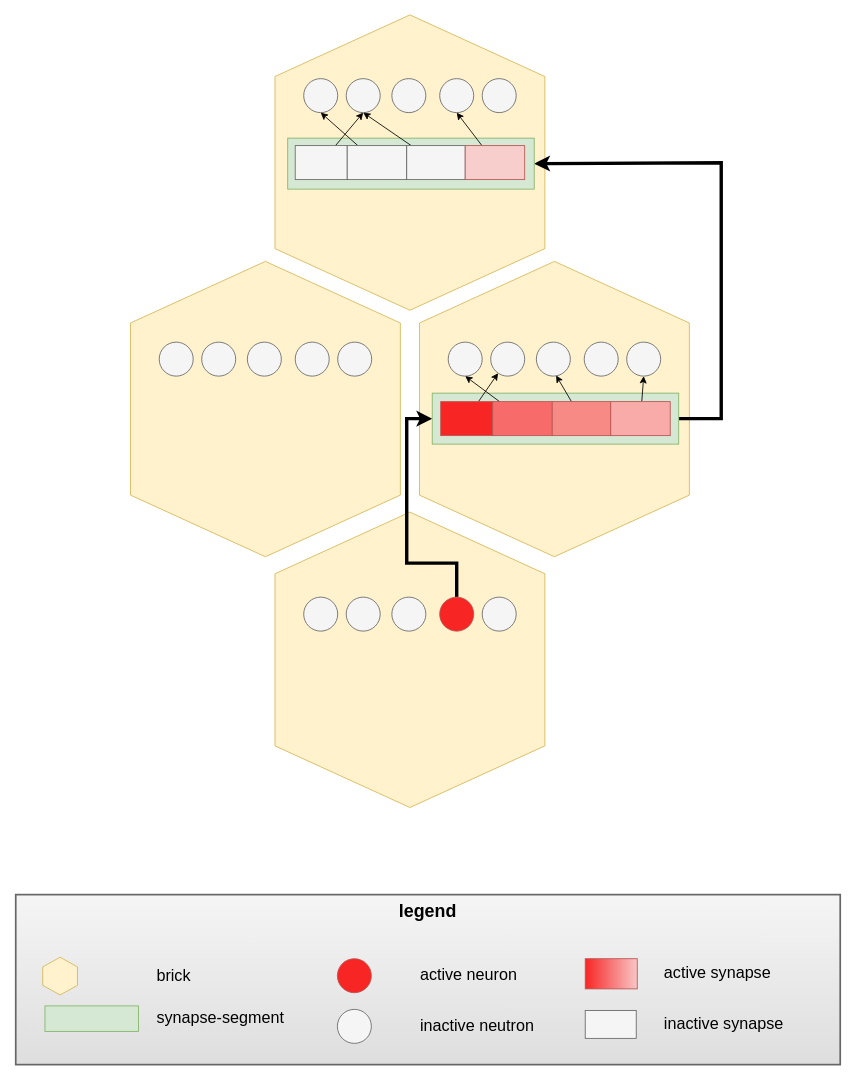
kitsudaiki/OpenHanami keeps this draw.io diagram as docs/inner_workings/core/Kyouko_node_processing.drawio. Above is the earlier version. Source tidied: cells renumbered, new cells numbered last; positions are measured from the earlier drawing's top-left corner, leaving out a move shared by most shapes. Both pictures are drawn from the tidied source at 85%, with x=0, y=0 at pixel (15, 27).
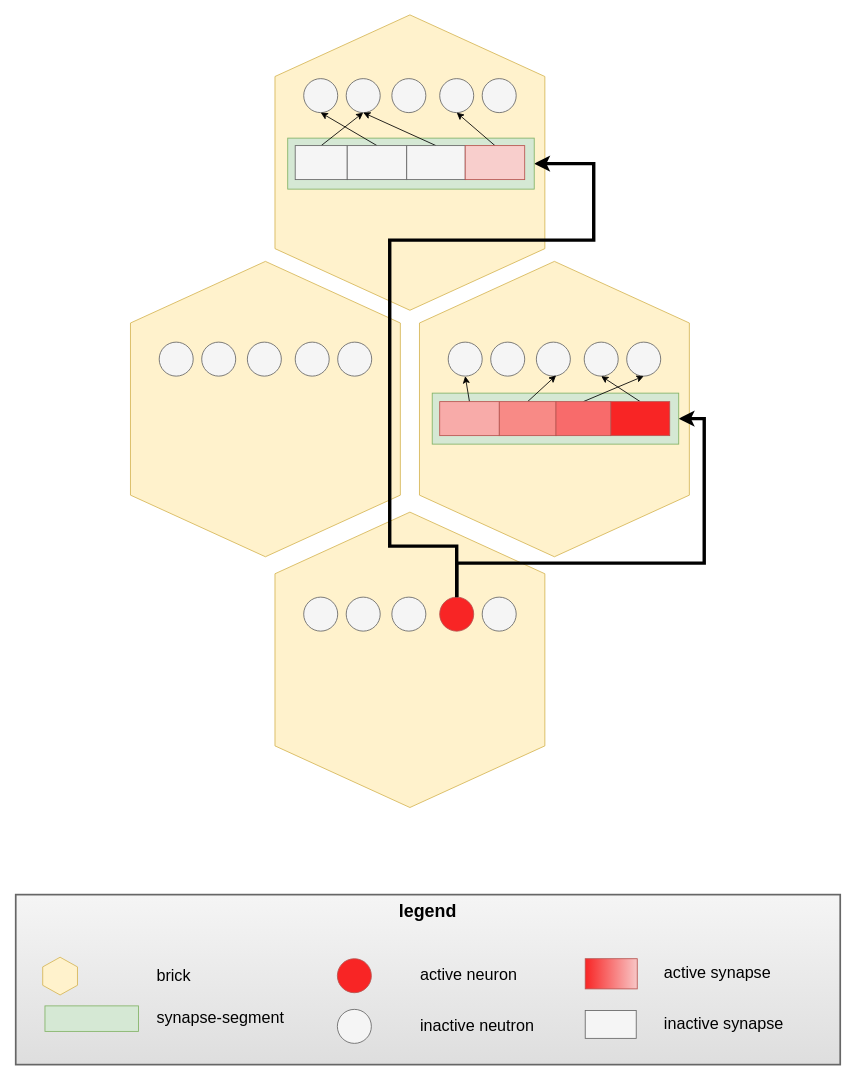
After the change.

The change refers to these unchanged cells:
```xml
<mxCell id="9" style="ellipse;whiteSpace=wrap;html=1;strokeColor=#b85450;fillColor=#F82525;" parent="1" vertex="1">
  <mxGeometry x="498.8" y="670" width="40" height="40" as="geometry" />
</mxCell>
<mxCell id="17" style="ellipse;whiteSpace=wrap;html=1;fillColor=#f5f5f5;strokeColor=#666666;fontColor=#333333;" parent="1" vertex="1">
  <mxGeometry x="612.5" y="370" width="40" height="40" as="geometry" />
</mxCell>
<mxCell id="18" style="ellipse;whiteSpace=wrap;html=1;fillColor=#f5f5f5;strokeColor=#666666;fontColor=#333333;" parent="1" vertex="1">
  <mxGeometry x="558.8" y="370" width="40" height="40" as="geometry" />
</mxCell>
<mxCell id="19" style="ellipse;whiteSpace=wrap;html=1;fillColor=#f5f5f5;strokeColor=#666666;fontColor=#333333;" parent="1" vertex="1">
  <mxGeometry x="668.8" y="370" width="40" height="40" as="geometry" />
</mxCell>
<mxCell id="20" style="ellipse;whiteSpace=wrap;html=1;fillColor=#f5f5f5;strokeColor=#666666;fontColor=#333333;" parent="1" vertex="1">
  <mxGeometry x="718.8" y="370" width="40" height="40" as="geometry" />
</mxCell>
<mxCell id="21" style="ellipse;whiteSpace=wrap;html=1;fillColor=#f5f5f5;strokeColor=#666666;fontColor=#333333;" parent="1" vertex="1">
  <mxGeometry x="508.8" y="370" width="40" height="40" as="geometry" />
</mxCell>
<mxCell id="23" style="ellipse;whiteSpace=wrap;html=1;fillColor=#f5f5f5;strokeColor=#666666;fontColor=#333333;" parent="1" vertex="1">
  <mxGeometry x="388.8" y="60" width="40" height="40" as="geometry" />
</mxCell>
<mxCell id="24" style="ellipse;whiteSpace=wrap;html=1;fillColor=#f5f5f5;strokeColor=#666666;fontColor=#333333;" parent="1" vertex="1">
  <mxGeometry x="498.8" y="60" width="40" height="40" as="geometry" />
</mxCell>
<mxCell id="26" style="ellipse;whiteSpace=wrap;html=1;fillColor=#f5f5f5;strokeColor=#666666;fontColor=#333333;" parent="1" vertex="1">
  <mxGeometry x="338.8" y="60" width="40" height="40" as="geometry" />
</mxCell>
<mxCell id="28" style="rounded=0;whiteSpace=wrap;html=1;fillColor=#d5e8d4;strokeColor=#82b366;" parent="1" vertex="1">
  <mxGeometry x="490" y="430" width="290" height="60" as="geometry" />
</mxCell>
<mxCell id="37" style="rounded=0;whiteSpace=wrap;html=1;fillColor=#d5e8d4;strokeColor=#82b366;" parent="1" vertex="1">
  <mxGeometry x="320" y="130" width="290" height="60" as="geometry" />
</mxCell>
<mxCell id="39" style="rounded=0;whiteSpace=wrap;html=1;fillColor=#f5f5f5;strokeColor=#666666;fontColor=#333333;" parent="1" vertex="1">
  <mxGeometry x="328.8" y="138.8" width="61.2" height="40" as="geometry" />
</mxCell>
<mxCell id="41" style="rounded=0;whiteSpace=wrap;html=1;fillColor=#f5f5f5;strokeColor=#666666;fontColor=#333333;" parent="1" vertex="1">
  <mxGeometry x="390" y="138.8" width="70" height="40" as="geometry" />
</mxCell>
<mxCell id="43" style="rounded=0;whiteSpace=wrap;html=1;strokeColor=#666666;fillColor=#f5f5f5;fontColor=#333333;" parent="1" vertex="1">
  <mxGeometry x="460" y="138.8" width="68.8" height="40" as="geometry" />
</mxCell>
<mxCell id="45" style="rounded=0;whiteSpace=wrap;html=1;fillColor=#f8cecc;strokeColor=#b85450;" parent="1" vertex="1">
  <mxGeometry x="528.8" y="138.8" width="70" height="40" as="geometry" />
</mxCell>
```

What changed in the source:
```diff
@@
-    <mxCell id="8" style="edgeStyle=orthogonalEdgeStyle;rounded=0;jettySize=auto;html=1;entryX=0;entryY=0.5;entryDx=0;entryDy=0;strokeWidth=4;" parent="1" edge="1" source="9" target="28">
+    <mxCell id="8" style="edgeStyle=orthogonalEdgeStyle;rounded=0;jettySize=auto;html=1;strokeWidth=4;entryX=1;entryY=0.5;entryDx=0;entryDy=0;" parent="1" edge="1" source="9" target="28">
       <mxGeometry relative="1" as="geometry">
         <Array as="points">
           <mxPoint x="519" y="630" />
-          <mxPoint x="460" y="630" />
-          <mxPoint x="460" y="460" />
+          <mxPoint x="810" y="630" />
+          <mxPoint x="810" y="460" />
         </Array>
       </mxGeometry>
     </mxCell>
@@
-    <mxCell id="27" style="edgeStyle=orthogonalEdgeStyle;rounded=0;jettySize=auto;html=1;entryX=1;entryY=0.5;entryDx=0;entryDy=0;strokeWidth=4;" parent="1" edge="1" source="28" target="37">
+    <mxCell id="27" style="edgeStyle=orthogonalEdgeStyle;rounded=0;jettySize=auto;html=1;entryX=1;entryY=0.5;entryDx=0;entryDy=0;strokeWidth=4;exitX=0.5;exitY=0;exitDx=0;exitDy=0;" parent="1" edge="1" source="9" target="37">
       <mxGeometry relative="1" as="geometry">
         <Array as="points">
-          <mxPoint x="830" y="460" />
-          <mxPoint x="830" y="159" />
-          <mxPoint x="610" y="159" />
+          <mxPoint x="519" y="610" />
+          <mxPoint x="440" y="610" />
+          <mxPoint x="440" y="250" />
+          <mxPoint x="680" y="250" />
+          <mxPoint x="680" y="160" />
         </Array>
       </mxGeometry>
     </mxCell>
@@
-    <mxCell id="29" style="rounded=0;jettySize=auto;html=1;strokeWidth=1;" parent="1" edge="1" source="30" target="18">
+    <mxCell id="29" style="rounded=0;jettySize=auto;html=1;strokeWidth=1;exitX=0.5;exitY=0;exitDx=0;exitDy=0;entryX=0.5;entryY=1;entryDx=0;entryDy=0;" parent="1" edge="1" source="30" target="19">
       <mxGeometry relative="1" as="geometry" />
     </mxCell>
     <mxCell id="30" style="rounded=0;whiteSpace=wrap;html=1;strokeColor=#b85450;fillColor=#F82525;" parent="1" vertex="1">
-      <mxGeometry x="500" y="440" width="61.2" height="40" as="geometry" />
+      <mxGeometry x="700" y="440" width="69.4" height="40" as="geometry" />
     </mxCell>
-    <mxCell id="31" style="edgeStyle=none;rounded=0;jettySize=auto;html=1;entryX=0.5;entryY=1;entryDx=0;entryDy=0;strokeWidth=1;" parent="1" edge="1" source="32" target="21">
+    <mxCell id="31" style="edgeStyle=none;rounded=0;jettySize=auto;html=1;entryX=0.5;entryY=1;entryDx=0;entryDy=0;strokeWidth=1;exitX=0.5;exitY=0;exitDx=0;exitDy=0;" parent="1" edge="1" source="36" target="21">
       <mxGeometry relative="1" as="geometry" />
     </mxCell>
-    <mxCell id="32" style="rounded=0;whiteSpace=wrap;html=1;strokeColor=#b85450;fillColor=#F86B6B;" parent="1" vertex="1">
-      <mxGeometry x="561.2" y="440" width="70" height="40" as="geometry" />
-    </mxCell>
-    <mxCell id="33" style="edgeStyle=none;rounded=0;jettySize=auto;html=1;entryX=0.581;entryY=0.98;entryDx=0;entryDy=0;entryPerimeter=0;strokeWidth=1;" parent="1" edge="1" source="34" target="17">
+    <mxCell id="33" style="edgeStyle=none;rounded=0;jettySize=auto;html=1;entryX=0.581;entryY=0.98;entryDx=0;entryDy=0;entryPerimeter=0;strokeWidth=1;exitX=0.5;exitY=0;exitDx=0;exitDy=0;" parent="1" edge="1" source="34" target="17">
       <mxGeometry relative="1" as="geometry" />
     </mxCell>
     <mxCell id="34" style="rounded=0;whiteSpace=wrap;html=1;strokeColor=#b85450;fillColor=#F88A86;" parent="1" vertex="1">
-      <mxGeometry x="631.2" y="440" width="68.8" height="40" as="geometry" />
+      <mxGeometry x="568.8" y="440" width="66.9" height="40" as="geometry" />
     </mxCell>
-    <mxCell id="35" style="edgeStyle=none;rounded=0;jettySize=auto;html=1;entryX=0.5;entryY=1;entryDx=0;entryDy=0;strokeWidth=1;" parent="1" edge="1" source="36" target="20">
+    <mxCell id="35" style="edgeStyle=none;rounded=0;jettySize=auto;html=1;entryX=0.5;entryY=1;entryDx=0;entryDy=0;strokeWidth=1;exitX=0.5;exitY=0;exitDx=0;exitDy=0;" parent="1" edge="1" source="32" target="20">
       <mxGeometry relative="1" as="geometry" />
     </mxCell>
     <mxCell id="36" style="rounded=0;whiteSpace=wrap;html=1;strokeColor=#b85450;fillColor=#F8ABA9;" parent="1" vertex="1">
-      <mxGeometry x="700" y="440" width="70" height="40" as="geometry" />
+      <mxGeometry x="498.8" y="440" width="70" height="40" as="geometry" />
     </mxCell>
@@
-    <mxCell id="38" style="edgeStyle=none;rounded=0;jettySize=auto;html=1;entryX=0.5;entryY=1;entryDx=0;entryDy=0;strokeWidth=1;" parent="1" edge="1" source="39" target="23">
+    <mxCell id="38" style="edgeStyle=none;rounded=0;jettySize=auto;html=1;entryX=0.5;entryY=1;entryDx=0;entryDy=0;strokeWidth=1;exitX=0.5;exitY=0;exitDx=0;exitDy=0;" parent="1" edge="1" source="39" target="23">
       <mxGeometry relative="1" as="geometry" />
     </mxCell>
@@
-    <mxCell id="40" style="edgeStyle=none;rounded=0;jettySize=auto;html=1;entryX=0.5;entryY=1;entryDx=0;entryDy=0;strokeWidth=1;" parent="1" edge="1" source="41" target="26">
+    <mxCell id="40" style="edgeStyle=none;rounded=0;jettySize=auto;html=1;entryX=0.5;entryY=1;entryDx=0;entryDy=0;strokeWidth=1;exitX=0.5;exitY=0;exitDx=0;exitDy=0;" parent="1" edge="1" source="41" target="26">
       <mxGeometry relative="1" as="geometry" />
     </mxCell>
@@
-    <mxCell id="42" style="edgeStyle=none;rounded=0;jettySize=auto;html=1;entryX=0.5;entryY=1;entryDx=0;entryDy=0;strokeWidth=1;" parent="1" edge="1" source="43" target="23">
+    <mxCell id="42" style="edgeStyle=none;rounded=0;jettySize=auto;html=1;entryX=0.5;entryY=1;entryDx=0;entryDy=0;strokeWidth=1;exitX=0.5;exitY=0;exitDx=0;exitDy=0;" parent="1" edge="1" source="43" target="23">
       <mxGeometry relative="1" as="geometry" />
     </mxCell>
@@
-    <mxCell id="44" style="edgeStyle=none;rounded=0;jettySize=auto;html=1;entryX=0.5;entryY=1;entryDx=0;entryDy=0;strokeWidth=1;" parent="1" edge="1" source="45" target="24">
+    <mxCell id="44" style="edgeStyle=none;rounded=0;jettySize=auto;html=1;entryX=0.5;entryY=1;entryDx=0;entryDy=0;strokeWidth=1;exitX=0.5;exitY=0;exitDx=0;exitDy=0;" parent="1" edge="1" source="45" target="24">
       <mxGeometry relative="1" as="geometry" />
     </mxCell>
@@
+    <mxCell id="32" style="rounded=0;whiteSpace=wrap;html=1;strokeColor=#b85450;fillColor=#F86B6B;" parent="1" vertex="1">
+      <mxGeometry x="635.6" y="440" width="64.4" height="40" as="geometry" />
+    </mxCell>
+    <mxCell id="59" style="rounded=0;jettySize=auto;html=1;strokeWidth=1;" parent="1" edge="1" source="30" target="32">
+      <mxGeometry relative="1" as="geometry" />
+    </mxCell>
```
